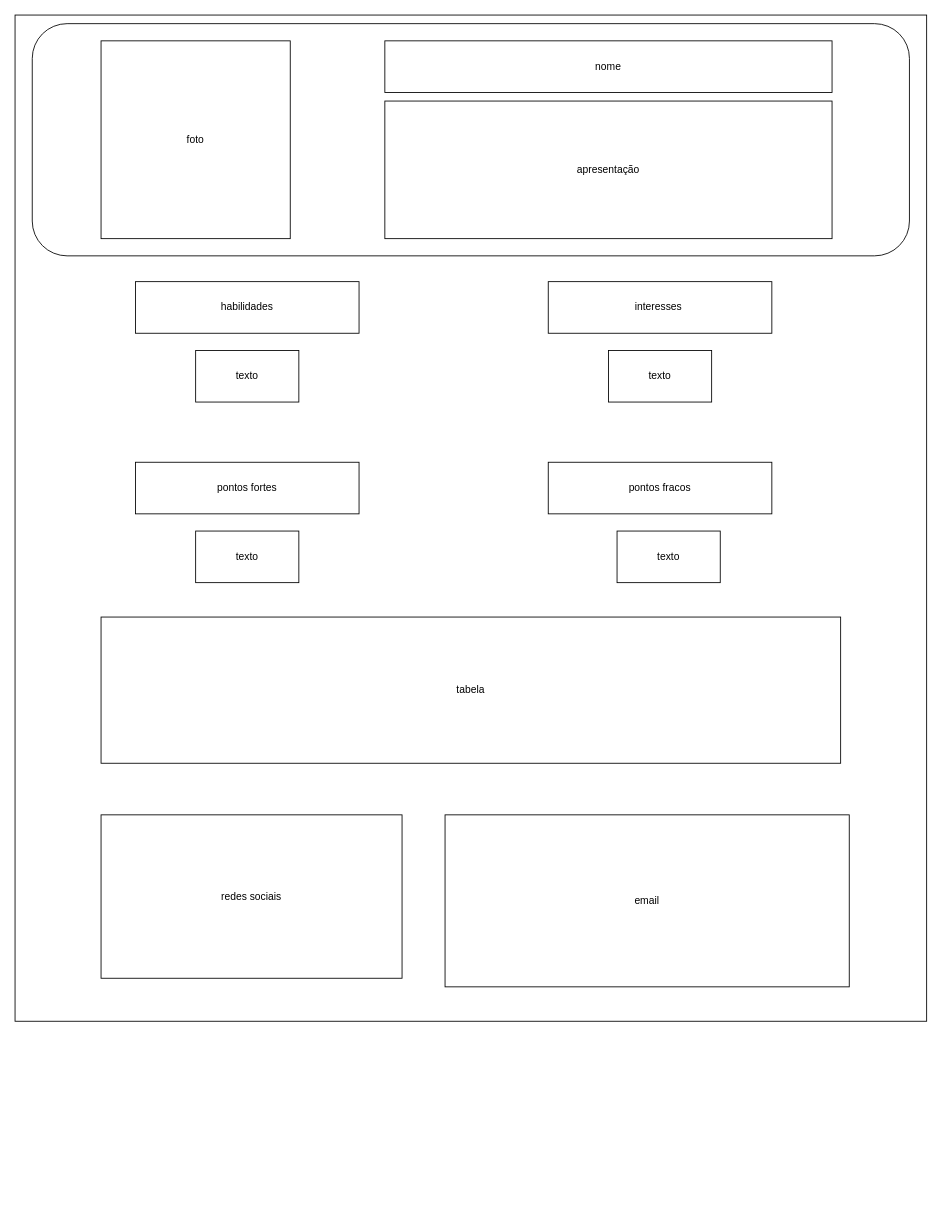
Before: projeto.drawio in eKaruii/curricuo-mal-feito, a draw.io diagram. Source tidied: cells renumbered, new cells numbered last; positions are measured from the earlier drawing's top-left corner, leaving out a move shared by most shapes. Both pictures are drawn from the tidied source at 86%, with x=0, y=0 at pixel (15, 15).
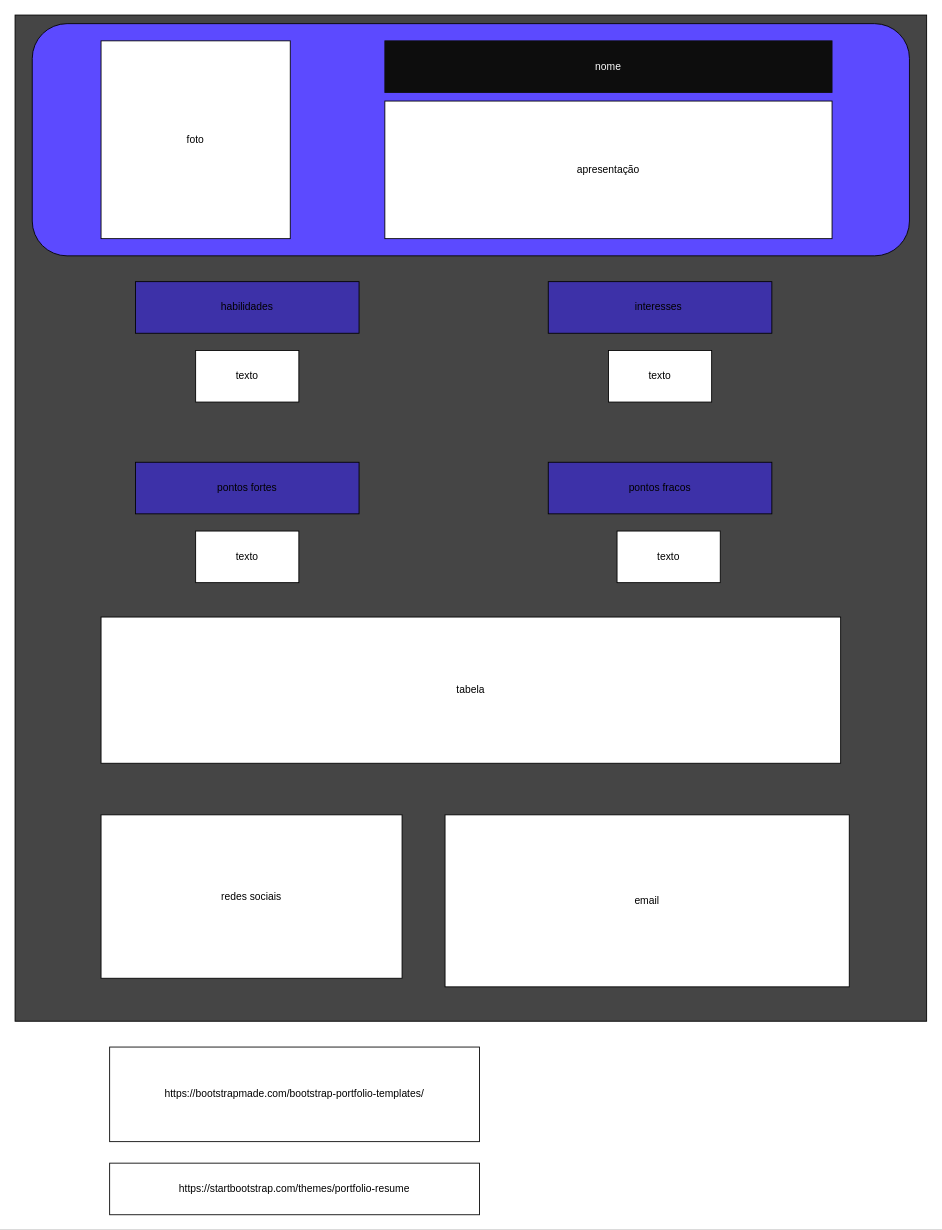
The same diagram, later.

What changed in the source:
```diff
@@
 <mxGraphModel>
   <root>
     <mxCell id="0" />
     <mxCell id="1" parent="0" />
-    <mxCell id="2" style="rounded=0;whiteSpace=wrap;html=1;" parent="1" vertex="1">
+    <mxCell id="2" style="rounded=0;whiteSpace=wrap;html=1;fillColor=#454545;" parent="1" vertex="1">
       <mxGeometry width="1060" height="1170" as="geometry" />
     </mxCell>
-    <mxCell id="3" style="rounded=1;whiteSpace=wrap;html=1;" parent="1" vertex="1">
+    <mxCell id="3" style="rounded=1;whiteSpace=wrap;html=1;fillColor=#5C4AFF;" parent="1" vertex="1">
       <mxGeometry x="20" y="10" width="1020" height="270" as="geometry" />
     </mxCell>
     <mxCell id="4" value="foto" style="rounded=0;whiteSpace=wrap;html=1;" parent="1" vertex="1">
       <mxGeometry x="100" y="30" width="220" height="230" as="geometry" />
     </mxCell>
-    <mxCell id="5" value="nome" style="rounded=0;whiteSpace=wrap;html=1;" parent="1" vertex="1">
+    <mxCell id="5" value="&lt;font color=&quot;#fcfcfc&quot;&gt;nome&lt;/font&gt;" style="rounded=0;whiteSpace=wrap;html=1;strokeColor=#0F0F0F;fillColor=#0D0D0D;" parent="1" vertex="1">
       <mxGeometry x="430" y="30" width="520" height="60" as="geometry" />
     </mxCell>
     <mxCell id="6" value="apresentação" style="rounded=0;whiteSpace=wrap;html=1;" parent="1" vertex="1">
       <mxGeometry x="430" y="100" width="520" height="160" as="geometry" />
     </mxCell>
-    <mxCell id="7" value="habilidades" style="rounded=0;whiteSpace=wrap;html=1;" parent="1" vertex="1">
+    <mxCell id="7" value="habilidades" style="rounded=0;whiteSpace=wrap;html=1;fillColor=#3D31A8;" parent="1" vertex="1">
       <mxGeometry x="140" y="310" width="260" height="60" as="geometry" />
     </mxCell>
-    <mxCell id="8" value="interesses&amp;nbsp;" style="rounded=0;whiteSpace=wrap;html=1;" parent="1" vertex="1">
+    <mxCell id="8" value="interesses&amp;nbsp;" style="rounded=0;whiteSpace=wrap;html=1;fillColor=#3D31A8;" parent="1" vertex="1">
       <mxGeometry x="620" y="310" width="260" height="60" as="geometry" />
     </mxCell>
     <mxCell id="9" value="texto" style="rounded=0;whiteSpace=wrap;html=1;" parent="1" vertex="1">
       <mxGeometry x="210" y="390" width="120" height="60" as="geometry" />
     </mxCell>
     <mxCell id="10" value="texto" style="rounded=0;whiteSpace=wrap;html=1;" parent="1" vertex="1">
       <mxGeometry x="690" y="390" width="120" height="60" as="geometry" />
     </mxCell>
-    <mxCell id="11" value="pontos fortes" style="rounded=0;whiteSpace=wrap;html=1;" parent="1" vertex="1">
+    <mxCell id="11" value="pontos fortes" style="rounded=0;whiteSpace=wrap;html=1;fillColor=#3D31A8;" parent="1" vertex="1">
       <mxGeometry x="140" y="520" width="260" height="60" as="geometry" />
     </mxCell>
-    <mxCell id="12" value="pontos fracos" style="rounded=0;whiteSpace=wrap;html=1;" parent="1" vertex="1">
+    <mxCell id="12" value="pontos fracos" style="rounded=0;whiteSpace=wrap;html=1;fillColor=#3D31A8;" parent="1" vertex="1">
       <mxGeometry x="620" y="520" width="260" height="60" as="geometry" />
     </mxCell>
     <mxCell id="13" value="texto" style="rounded=0;whiteSpace=wrap;html=1;" parent="1" vertex="1">
       <mxGeometry x="210" y="600" width="120" height="60" as="geometry" />
     </mxCell>
     <mxCell id="14" value="texto" style="rounded=0;whiteSpace=wrap;html=1;" parent="1" vertex="1">
       <mxGeometry x="700" y="600" width="120" height="60" as="geometry" />
     </mxCell>
     <mxCell id="15" value="tabela" style="rounded=0;whiteSpace=wrap;html=1;" parent="1" vertex="1">
       <mxGeometry x="100" y="700" width="860" height="170" as="geometry" />
     </mxCell>
     <mxCell id="16" value="redes sociais" style="rounded=0;whiteSpace=wrap;html=1;" parent="1" vertex="1">
       <mxGeometry x="100" y="930" width="350" height="190" as="geometry" />
     </mxCell>
     <mxCell id="17" value="email" style="rounded=0;whiteSpace=wrap;html=1;" parent="1" vertex="1">
       <mxGeometry x="500" y="930" width="470" height="200" as="geometry" />
     </mxCell>
+    <mxCell id="18" value="https://bootstrapmade.com/bootstrap-portfolio-templates/" style="rounded=0;whiteSpace=wrap;html=1;" parent="1" vertex="1">
+      <mxGeometry x="110" y="1200" width="430" height="110" as="geometry" />
+    </mxCell>
+    <mxCell id="19" value="https://startbootstrap.com/themes/portfolio-resume" style="rounded=0;whiteSpace=wrap;html=1;" parent="1" vertex="1">
+      <mxGeometry x="110" y="1335" width="430" height="60" as="geometry" />
+    </mxCell>
   </root>
 </mxGraphModel>
```
